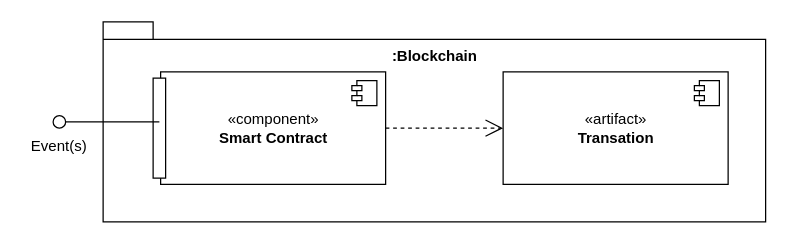
The draw.io diagram Smart_Contract.drawio in MatthiasDE/Diagrams, before the edit. Source tidied: cells renumbered, new cells numbered last; positions are measured from the earlier drawing's top-left corner, leaving out a move shared by most shapes. Both pictures are drawn from the tidied source at 125%, with x=0, y=0 at pixel (21, 21).
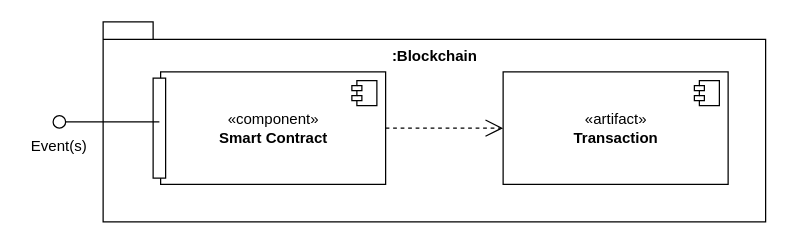
Above is the later version.

Commit message:
Update due to typo

What changed in the source:
```diff
@@
 <mxGraphModel>
   <root>
     <mxCell id="0" />
     <mxCell id="1" parent="0" />
     <mxCell id="2" value="&lt;div&gt;:Blockchain&lt;/div&gt;&lt;div&gt;&lt;br&gt;&lt;/div&gt;&lt;div&gt;&lt;br&gt;&lt;/div&gt;&lt;div&gt;&lt;br&gt;&lt;/div&gt;&lt;div&gt;&lt;br&gt;&lt;/div&gt;&lt;div&gt;&lt;br&gt;&lt;/div&gt;&lt;div&gt;&lt;br&gt;&lt;/div&gt;&lt;div&gt;&lt;br&gt;&lt;/div&gt;&lt;div&gt;&lt;br&gt;&lt;/div&gt;" style="shape=folder;fontStyle=1;spacingTop=10;tabWidth=40;tabHeight=14;tabPosition=left;html=1;" parent="1" vertex="1">
       <mxGeometry x="65" width="530" height="160" as="geometry" />
     </mxCell>
     <mxCell id="3" value="&lt;div&gt;«component»&lt;b&gt;&lt;br&gt;&lt;/b&gt;&lt;/div&gt;&lt;div&gt;&lt;b&gt;Smart Contract&lt;/b&gt;&lt;/div&gt;" style="html=1;" parent="1" vertex="1">
       <mxGeometry x="111" y="40" width="180" height="90" as="geometry" />
     </mxCell>
     <mxCell id="4" style="shape=module;jettyWidth=8;jettyHeight=4;" parent="3" vertex="1">
       <mxGeometry x="1" width="20" height="20" relative="1" as="geometry">
         <mxPoint x="-27" y="7" as="offset" />
       </mxGeometry>
     </mxCell>
     <mxCell id="5" style="html=1;points=[];perimeter=orthogonalPerimeter;" parent="1" vertex="1">
       <mxGeometry x="105" y="45" width="10" height="80" as="geometry" />
     </mxCell>
-    <mxCell id="6" value="&lt;div&gt;«artifact»&lt;b&gt;&lt;br&gt;&lt;/b&gt;&lt;/div&gt;&lt;div&gt;&lt;b&gt;Transation&lt;/b&gt;&lt;/div&gt;" style="html=1;" parent="1" vertex="1">
+    <mxCell id="6" value="&lt;div&gt;«artifact»&lt;b&gt;&lt;br&gt;&lt;/b&gt;&lt;/div&gt;&lt;div&gt;&lt;b&gt;Transaction&lt;/b&gt;&lt;/div&gt;" style="html=1;" parent="1" vertex="1">
       <mxGeometry x="385" y="40" width="180" height="90" as="geometry" />
     </mxCell>
     <mxCell id="7" style="shape=module;jettyWidth=8;jettyHeight=4;" parent="6" vertex="1">
       <mxGeometry x="1" width="20" height="20" relative="1" as="geometry">
         <mxPoint x="-27" y="7" as="offset" />
       </mxGeometry>
     </mxCell>
     <mxCell id="8" style="rounded=0;jettySize=auto;html=1;endArrow=none;endFill=0;sketch=0;sourcePerimeterSpacing=0;targetPerimeterSpacing=0;exitX=0.5;exitY=0.438;exitDx=0;exitDy=0;exitPerimeter=0;" parent="1" edge="1" source="5">
       <mxGeometry relative="1" as="geometry">
         <mxPoint x="35" y="80" as="targetPoint" />
       </mxGeometry>
     </mxCell>
     <mxCell id="9" style="ellipse;whiteSpace=wrap;html=1;align=center;sketch=0;" parent="1" vertex="1">
       <mxGeometry x="25" y="75" width="10" height="10" as="geometry" />
     </mxCell>
     <mxCell id="10" value="Event(s)" style="text;html=1;strokeColor=none;fillColor=none;align=center;verticalAlign=middle;whiteSpace=wrap;rounded=0;" parent="1" vertex="1">
       <mxGeometry y="85" width="60" height="30" as="geometry" />
     </mxCell>
     <mxCell id="11" style="endArrow=open;endSize=12;dashed=1;html=1;rounded=0;exitX=1;exitY=0.5;exitDx=0;exitDy=0;" parent="1" edge="1" source="3" target="6">
       <mxGeometry relative="1" as="geometry" />
     </mxCell>
   </root>
 </mxGraphModel>
```
